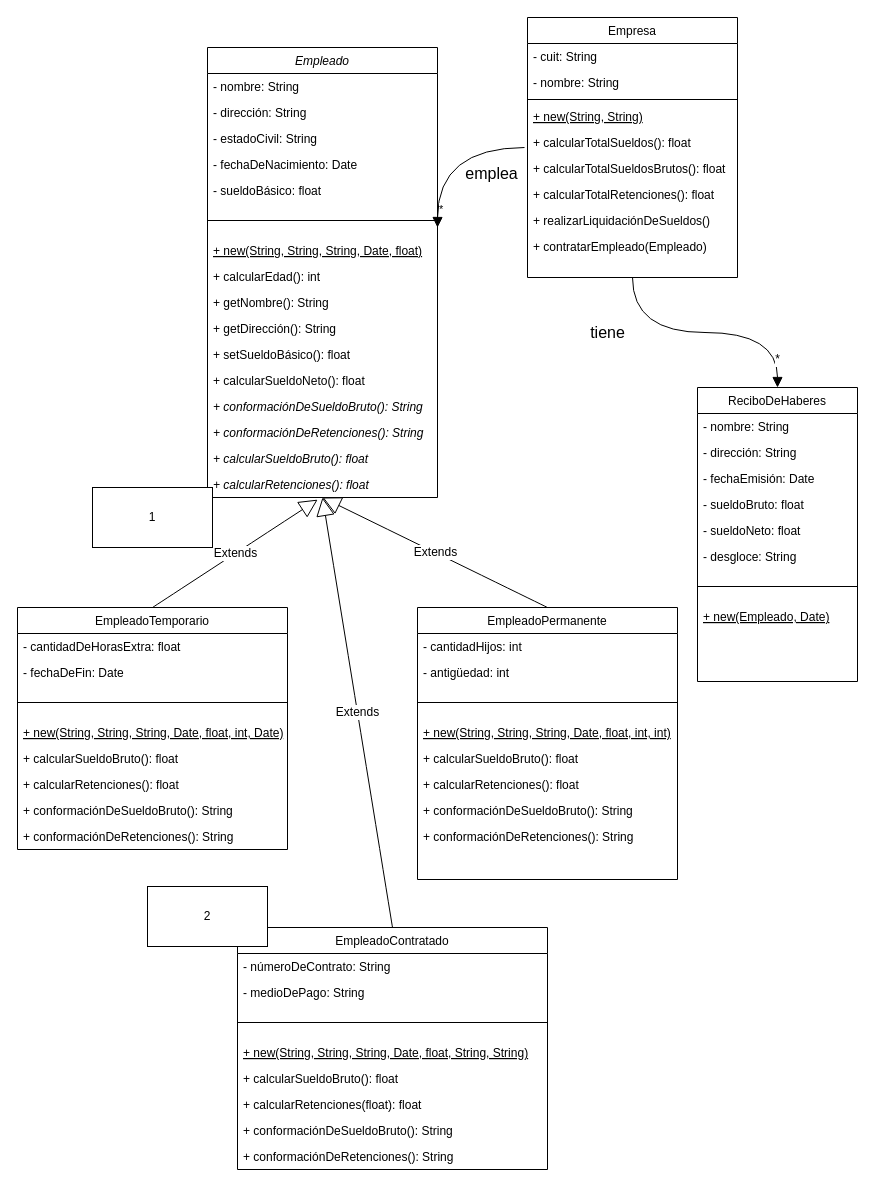
Above: tp2/objstp2.drawio in Matias-Francisco-Deo/Objetos-II (draw.io), before the change. Source tidied: cells renumbered, new cells numbered last; positions are measured from the earlier drawing's top-left corner, leaving out a move shared by most shapes. Both pictures are drawn from the tidied source at 100%, with x=0, y=0 at pixel (17, 17).
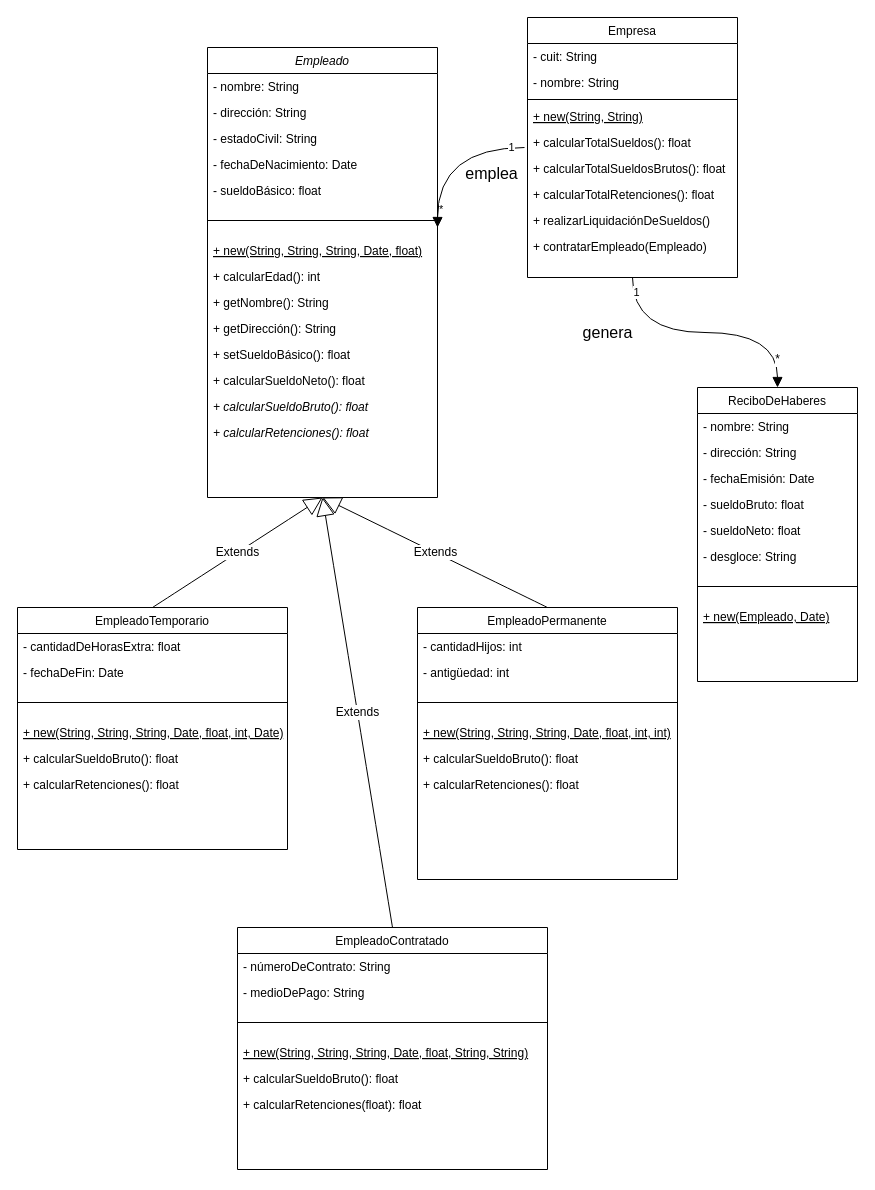
The same diagram, later.

The change refers to these unchanged cells:
```xml
<mxCell id="12" value="Empleado" style="swimlane;fontStyle=2;align=center;verticalAlign=top;horizontal=1;startSize=26;rounded=0;shadow=0;strokeWidth=1;" parent="1" vertex="1">
  <mxGeometry x="190" y="30" width="230" height="450" as="geometry" />
</mxCell>
<mxCell id="29" value="EmpleadoPermanente" style="swimlane;fontStyle=0;align=center;verticalAlign=top;horizontal=1;startSize=26;rounded=0;shadow=0;strokeWidth=1;" parent="1" vertex="1">
  <mxGeometry x="400" y="590" width="260" height="272" as="geometry" />
</mxCell>
<mxCell id="38" value="EmpleadoTemporario" style="swimlane;fontStyle=0;align=center;verticalAlign=top;horizontal=1;startSize=26;rounded=0;shadow=0;strokeWidth=1;" parent="1" vertex="1">
  <mxGeometry y="590" width="270" height="242" as="geometry" />
</mxCell>
<mxCell id="56" value="EmpleadoContratado" style="swimlane;fontStyle=0;align=center;verticalAlign=top;horizontal=1;startSize=26;rounded=0;shadow=0;strokeWidth=1;" parent="1" vertex="1">
  <mxGeometry x="220" y="910" width="310" height="242" as="geometry" />
</mxCell>
<mxCell id="67" style="endArrow=block;endFill=1;html=1;edgeStyle=orthogonalEdgeStyle;align=left;verticalAlign=top;rounded=0;fontSize=12;startSize=8;endSize=8;curved=1;" parent="1" edge="1">
  <mxGeometry x="-1" relative="1" as="geometry">
    <mxPoint x="507" y="130" as="sourcePoint" />
    <mxPoint x="420" y="210" as="targetPoint" />
  </mxGeometry>
</mxCell>
<mxCell id="73" style="endArrow=block;endFill=1;html=1;edgeStyle=orthogonalEdgeStyle;align=left;verticalAlign=top;rounded=0;fontSize=12;startSize=8;endSize=8;curved=1;entryX=0.5;entryY=0;entryDx=0;entryDy=0;exitX=0.5;exitY=1;exitDx=0;exitDy=0;" parent="1" edge="1" source="2" target="47">
  <mxGeometry x="-1" relative="1" as="geometry" />
</mxCell>
```

What changed in the source:
```diff
@@
-    <mxCell id="25" value="+ conformaciónDeSueldoBruto(): String" style="text;align=left;verticalAlign=top;spacingLeft=4;spacingRight=4;overflow=hidden;fontStyle=2;" parent="12" vertex="1">
-      <mxGeometry y="346" width="230" height="26" as="geometry" />
-    </mxCell>
-    <mxCell id="26" value="+ conformaciónDeRetenciones(): String" style="text;align=left;verticalAlign=top;spacingLeft=4;spacingRight=4;overflow=hidden;fontStyle=2;" parent="12" vertex="1">
-      <mxGeometry y="372" width="230" height="26" as="geometry" />
-    </mxCell>
     <mxCell id="27" value="+ calcularSueldoBruto(): float" style="text;align=left;verticalAlign=top;spacingLeft=4;spacingRight=4;overflow=hidden;fontStyle=2;" parent="12" vertex="1">
-      <mxGeometry y="398" width="230" height="26" as="geometry" />
+      <mxGeometry y="346" width="230" height="26" as="geometry" />
     </mxCell>
     <mxCell id="28" value="+ calcularRetenciones(): float" style="text;align=left;verticalAlign=top;spacingLeft=4;spacingRight=4;overflow=hidden;points=[[0,0.5],[1,0.5]];portConstraint=eastwest;fontStyle=2;" parent="12" vertex="1">
-      <mxGeometry y="424" width="230" height="26" as="geometry" />
+      <mxGeometry y="372" width="230" height="26" as="geometry" />
     </mxCell>
@@
-    <mxCell id="36" value="+ conformaciónDeSueldoBruto(): String" style="text;align=left;verticalAlign=top;spacingLeft=4;spacingRight=4;overflow=hidden;fontStyle=0;" parent="29" vertex="1">
-      <mxGeometry y="190" width="260" height="26" as="geometry" />
-    </mxCell>
-    <mxCell id="37" value="+ conformaciónDeRetenciones(): String" style="text;align=left;verticalAlign=top;spacingLeft=4;spacingRight=4;overflow=hidden;fontStyle=0;" parent="29" vertex="1">
-      <mxGeometry y="216" width="260" height="26" as="geometry" />
-    </mxCell>
@@
-    <mxCell id="45" value="+ conformaciónDeSueldoBruto(): String" style="text;align=left;verticalAlign=top;spacingLeft=4;spacingRight=4;overflow=hidden;fontStyle=0;" parent="38" vertex="1">
-      <mxGeometry y="190" width="270" height="26" as="geometry" />
-    </mxCell>
-    <mxCell id="46" value="+ conformaciónDeRetenciones(): String" style="text;align=left;verticalAlign=top;spacingLeft=4;spacingRight=4;overflow=hidden;fontStyle=0;" parent="38" vertex="1">
-      <mxGeometry y="216" width="270" height="26" as="geometry" />
-    </mxCell>
@@
-    <mxCell id="63" value="+ conformaciónDeSueldoBruto(): String" style="text;align=left;verticalAlign=top;spacingLeft=4;spacingRight=4;overflow=hidden;fontStyle=0;" parent="56" vertex="1">
-      <mxGeometry y="190" width="310" height="26" as="geometry" />
-    </mxCell>
-    <mxCell id="64" value="+ conformaciónDeRetenciones(): String" style="text;align=left;verticalAlign=top;spacingLeft=4;spacingRight=4;overflow=hidden;fontStyle=0;" parent="56" vertex="1">
-      <mxGeometry y="216" width="310" height="26" as="geometry" />
-    </mxCell>
-    <mxCell id="65" value="2" style="rounded=0;whiteSpace=wrap;html=1;" parent="1" vertex="1">
-      <mxGeometry x="130" y="869" width="120" height="60" as="geometry" />
-    </mxCell>
-    <mxCell id="66" value="1" style="rounded=0;whiteSpace=wrap;html=1;" parent="1" vertex="1">
-      <mxGeometry x="75" y="470" width="120" height="60" as="geometry" />
-    </mxCell>
@@
+    <mxCell id="76" value="1" style="edgeLabel;html=1;align=center;verticalAlign=middle;" parent="67" vertex="1">
+      <mxGeometry x="-0.84" y="-1" relative="1" as="geometry" />
+    </mxCell>
@@
-    <mxCell id="71" value="Extends" style="endArrow=block;endSize=16;endFill=0;html=1;rounded=0;fontSize=12;curved=1;exitX=0.5;exitY=0;exitDx=0;exitDy=0;entryX=0.479;entryY=1.082;entryDx=0;entryDy=0;entryPerimeter=0;" parent="1" edge="1" source="38" target="28">
+    <mxCell id="71" value="Extends" style="endArrow=block;endSize=16;endFill=0;html=1;rounded=0;fontSize=12;curved=1;exitX=0.5;exitY=0;exitDx=0;exitDy=0;entryX=0.5;entryY=1;entryDx=0;entryDy=0;" parent="1" edge="1" source="38" target="12">
       <mxGeometry relative="1" as="geometry" />
     </mxCell>
@@
+    <mxCell id="77" value="1" style="edgeLabel;html=1;align=center;verticalAlign=middle;" parent="73" vertex="1">
+      <mxGeometry x="-0.89" y="3" relative="1" as="geometry" />
+    </mxCell>
-    <mxCell id="75" value="tiene" style="text;html=1;align=center;verticalAlign=middle;strokeColor=none;fillColor=none;fontSize=16;" parent="1" vertex="1">
-      <mxGeometry x="560" y="300" width="60" height="30" as="geometry" />
+    <mxCell id="75" value="genera" style="text;html=1;align=center;verticalAlign=middle;strokeColor=none;fillColor=none;fontSize=16;" parent="1" vertex="1">
+      <mxGeometry x="555" y="300" width="70" height="30" as="geometry" />
     </mxCell>
```
